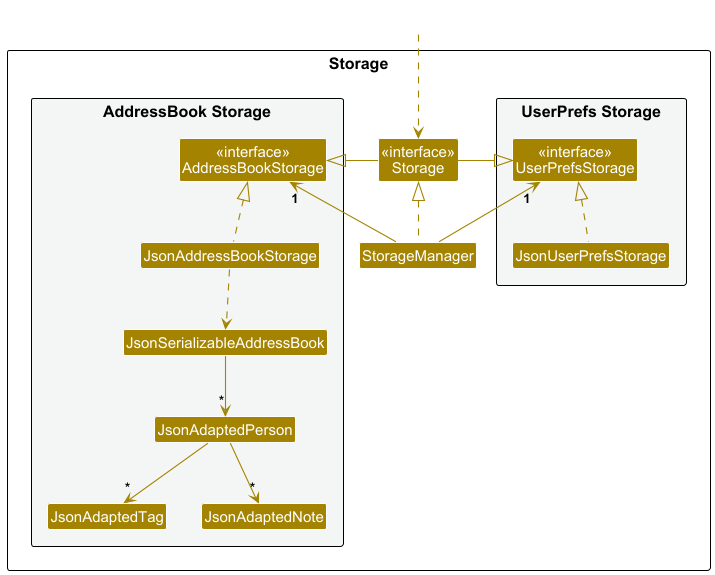
Before: docs/images/StorageClassDiagram.png, a diagram exported from PlantUML (nus-cs2103-AY2425S1/tp).
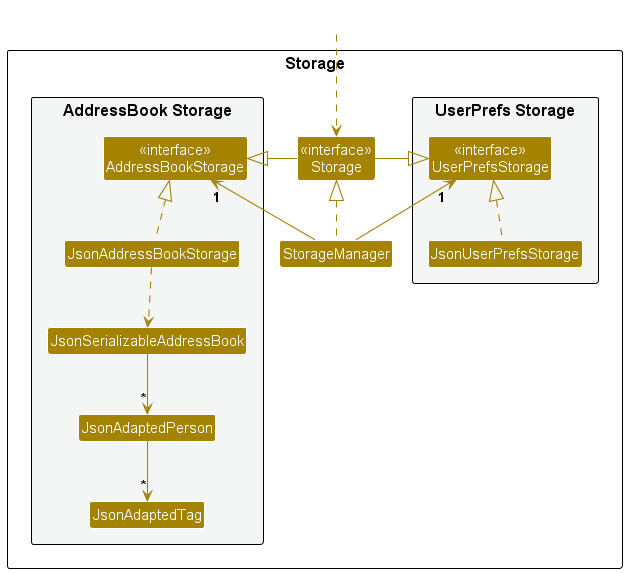
The same file after the commit.

Commit message:
Revert "Update Class Diagrams in the DG"

What changed in the source:
```diff
@@ -20,7 +20,6 @@
 Class JsonSerializableAddressBook
 Class JsonAdaptedPerson
 Class JsonAdaptedTag
-Class JsonAdaptedNote
 }
 
 }
@@ -40,5 +39,5 @@
 JsonAddressBookStorage ..> JsonSerializableAddressBook
 JsonSerializableAddressBook --> "*" JsonAdaptedPerson
 JsonAdaptedPerson --> "*" JsonAdaptedTag
-JsonAdaptedPerson --> "*" JsonAdaptedNote
+
 @enduml
```
